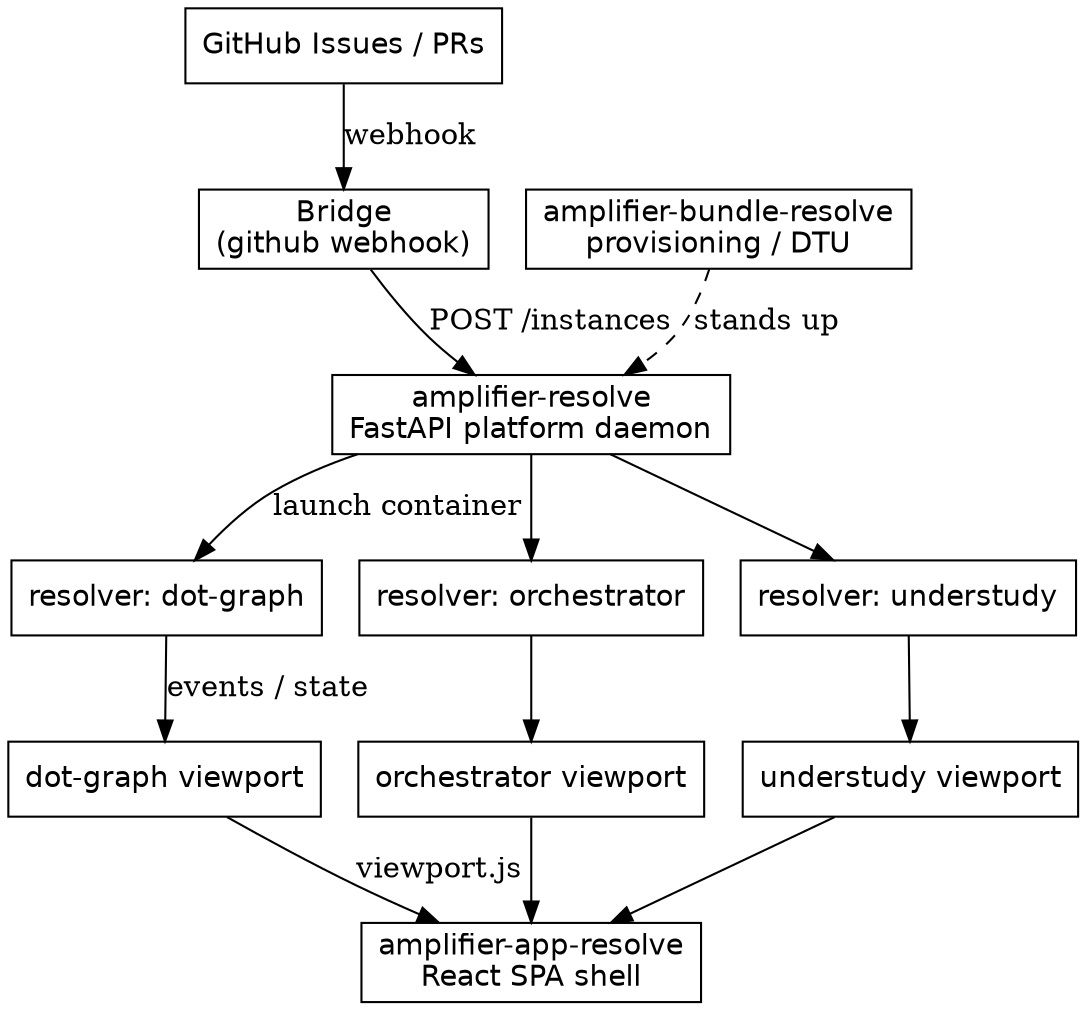
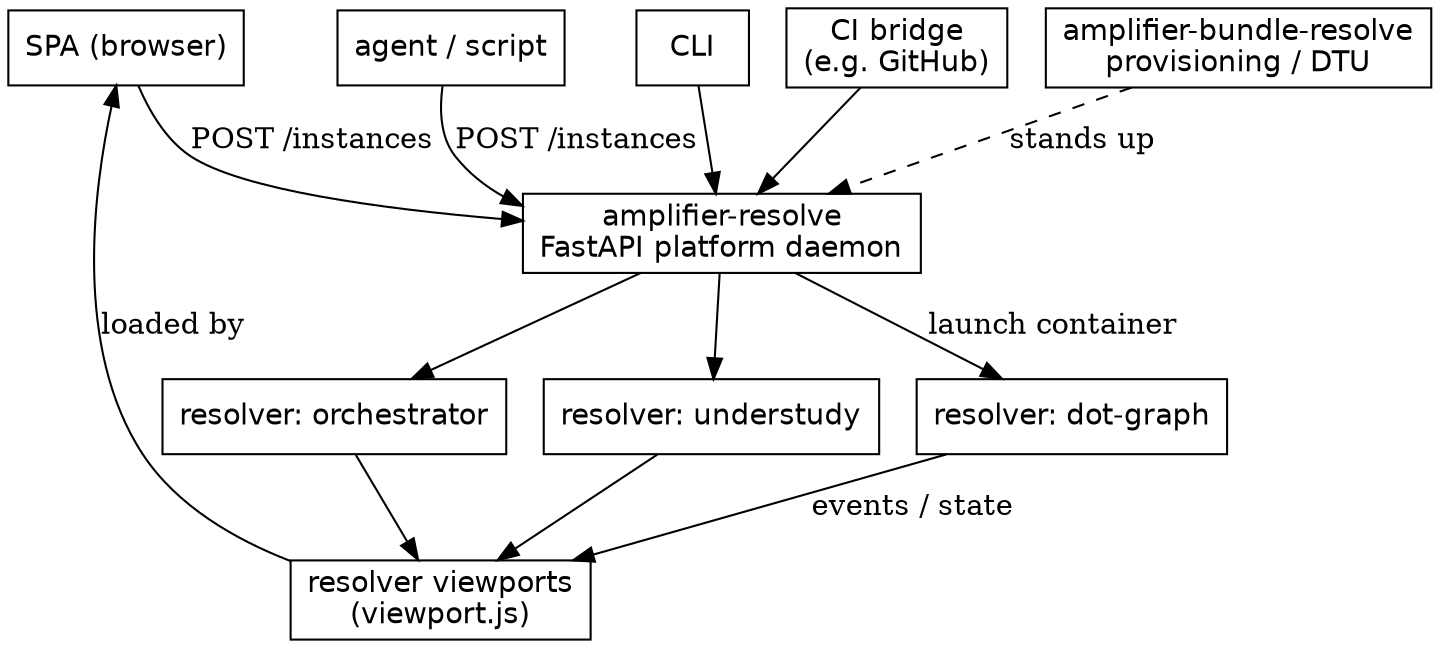
// Resolve platform — end-to-end flow. Structural only; layout is computed.
+ // The top row is ANY consumer of the API, not a single privileged path.
digraph architecture_map {
  rankdir=TB;
  node [shape=box, fontname="Helvetica"];

-   github       [label="GitHub Issues / PRs"];
-   bridge       [label="Bridge\n(github webhook)"];
+   // consumers — any caller of the platform's HTTP API
+   spa     [label="SPA (browser)"];
+   agent   [label="agent / script"];
+   cli     [label="CLI"];
+   bridge  [label="CI bridge\n(e.g. GitHub)"];
+ 
  platform     [label="amplifier-resolve\nFastAPI platform daemon"];
  dotgraph     [label="resolver: dot-graph"];
  orchestrator [label="resolver: orchestrator"];
  understudy   [label="resolver: understudy"];
-   vp_dg        [label="dot-graph viewport"];
-   vp_or        [label="orchestrator viewport"];
-   vp_un        [label="understudy viewport"];
-   spa          [label="amplifier-app-resolve\nReact SPA shell"];
+   viewports    [label="resolver viewports\n(viewport.js)"];
  provisioning [label="amplifier-bundle-resolve\nprovisioning / DTU"];

-   github       -> bridge        [label="webhook"];
-   bridge       -> platform      [label="POST /instances"];
-   platform     -> dotgraph      [label="launch container"];
-   platform     -> orchestrator;
-   platform     -> understudy;
-   dotgraph     -> vp_dg         [label="events / state"];
-   orchestrator -> vp_or;
-   understudy   -> vp_un;
-   vp_dg        -> spa           [label="viewport.js"];
-   vp_or        -> spa;
-   vp_un        -> spa;
-   provisioning -> platform      [label="stands up", style=dashed];
+   spa    -> platform [label="POST /instances"];
+   agent  -> platform [label="POST /instances"];
+   cli    -> platform;
+   bridge -> platform;
+ 
+   platform -> dotgraph     [label="launch container"];
+   platform -> orchestrator;
+   platform -> understudy;
+ 
+   dotgraph     -> viewports [label="events / state"];
+   orchestrator -> viewports;
+   understudy   -> viewports;
+ 
+   viewports    -> spa       [label="loaded by"];
+   provisioning -> platform  [label="stands up", style=dashed];
}
